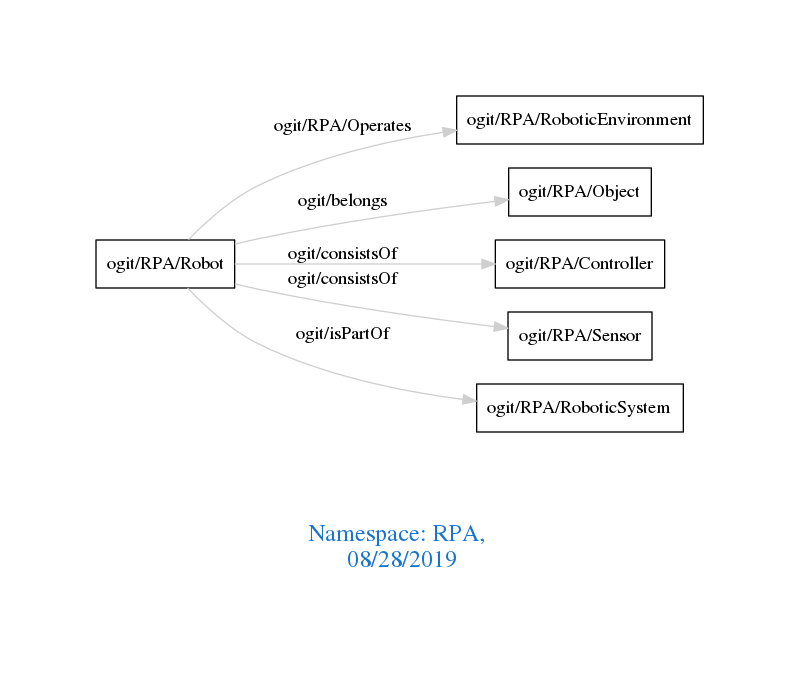
This is downloads/RPA.png from arago/OGIT, a Graphviz export, as it was before one commit. Its source is kept beside it as downloads/RPA.dot.
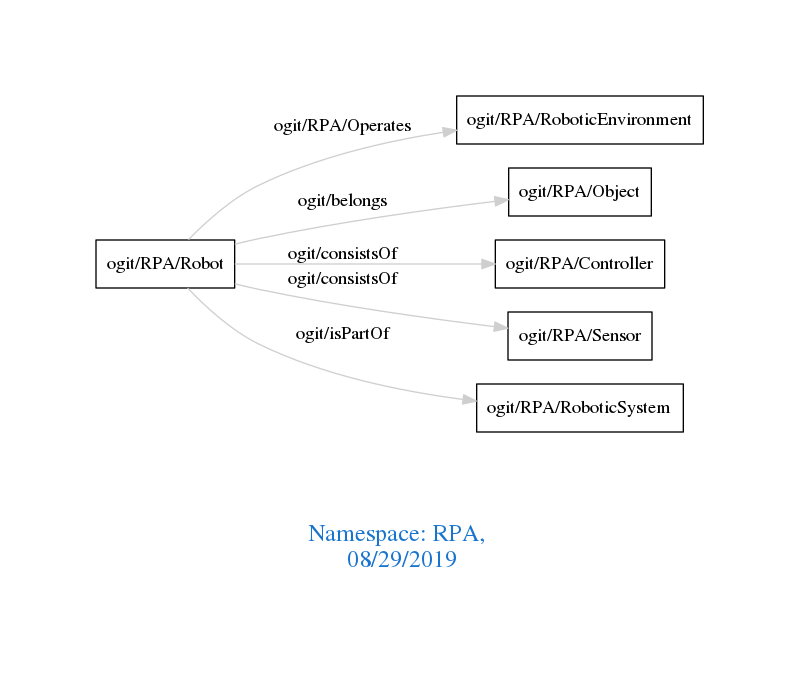
The same file after the commit.

Diff of the diagram source:
```diff
@@ -1,7 +1,7 @@
 digraph OGIT_ontology {
  graph [ rankdir= LR,pad=1
 fontsize = 18,
-fontcolor= dodgerblue3,label = "\n\n\nNamespace: RPA, \n 08/28/2019"];
+fontcolor= dodgerblue3,label = "\n\n\nNamespace: RPA, \n 08/29/2019"];
 node[shape=polygon];
 edge [  color="gray81"];
 
```
